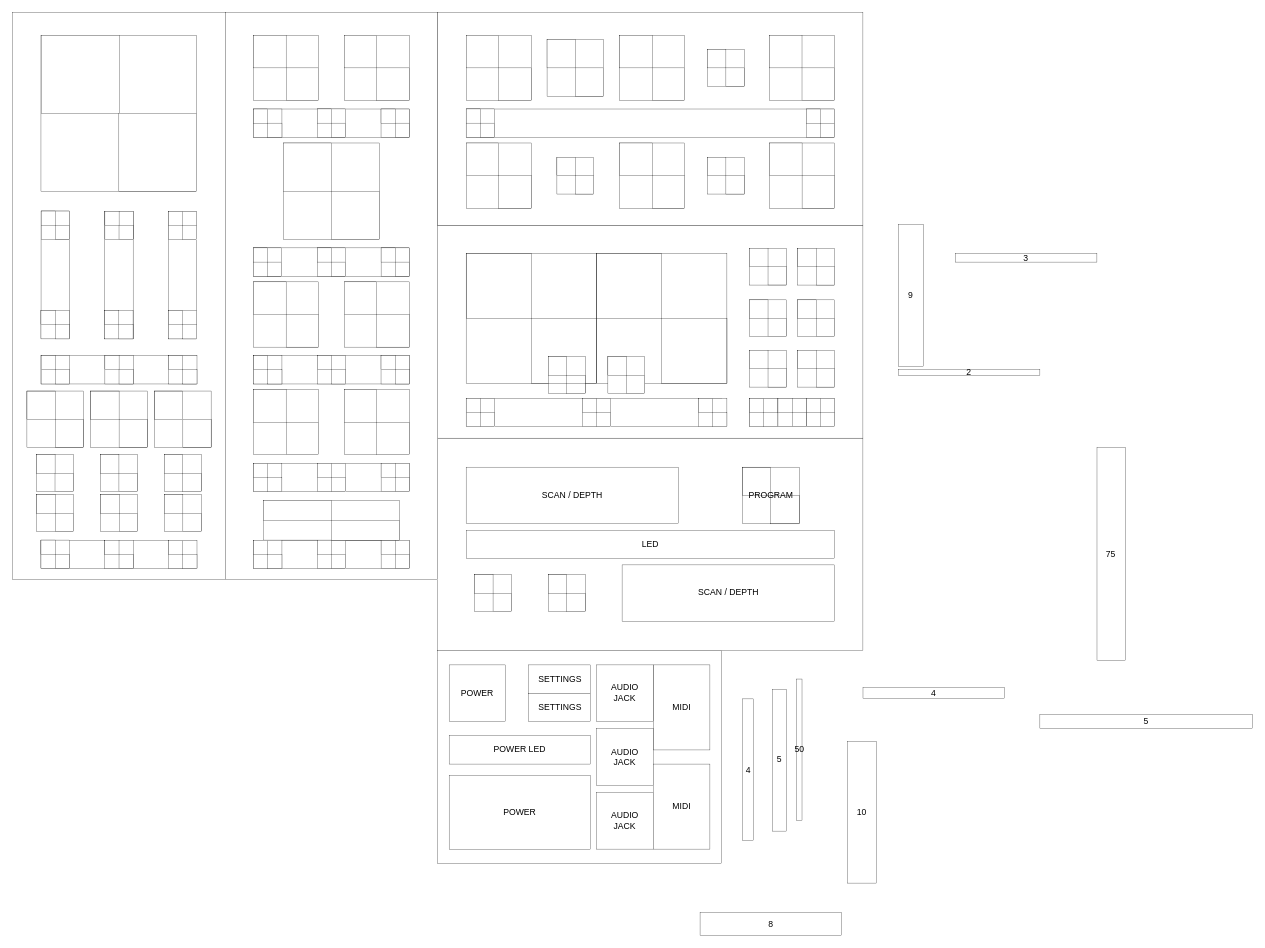
Before: page "Page-3" (3 of 4) of Untitled Diagram.drawio in wtfedor/git_intro, a draw.io diagram. Source tidied: cells renumbered, new cells numbered last; positions are measured from the earlier drawing's top-left corner, leaving out a move shared by most shapes. Both pictures are drawn from the tidied source at 72%, with x=0, y=0 at pixel (12, 12).
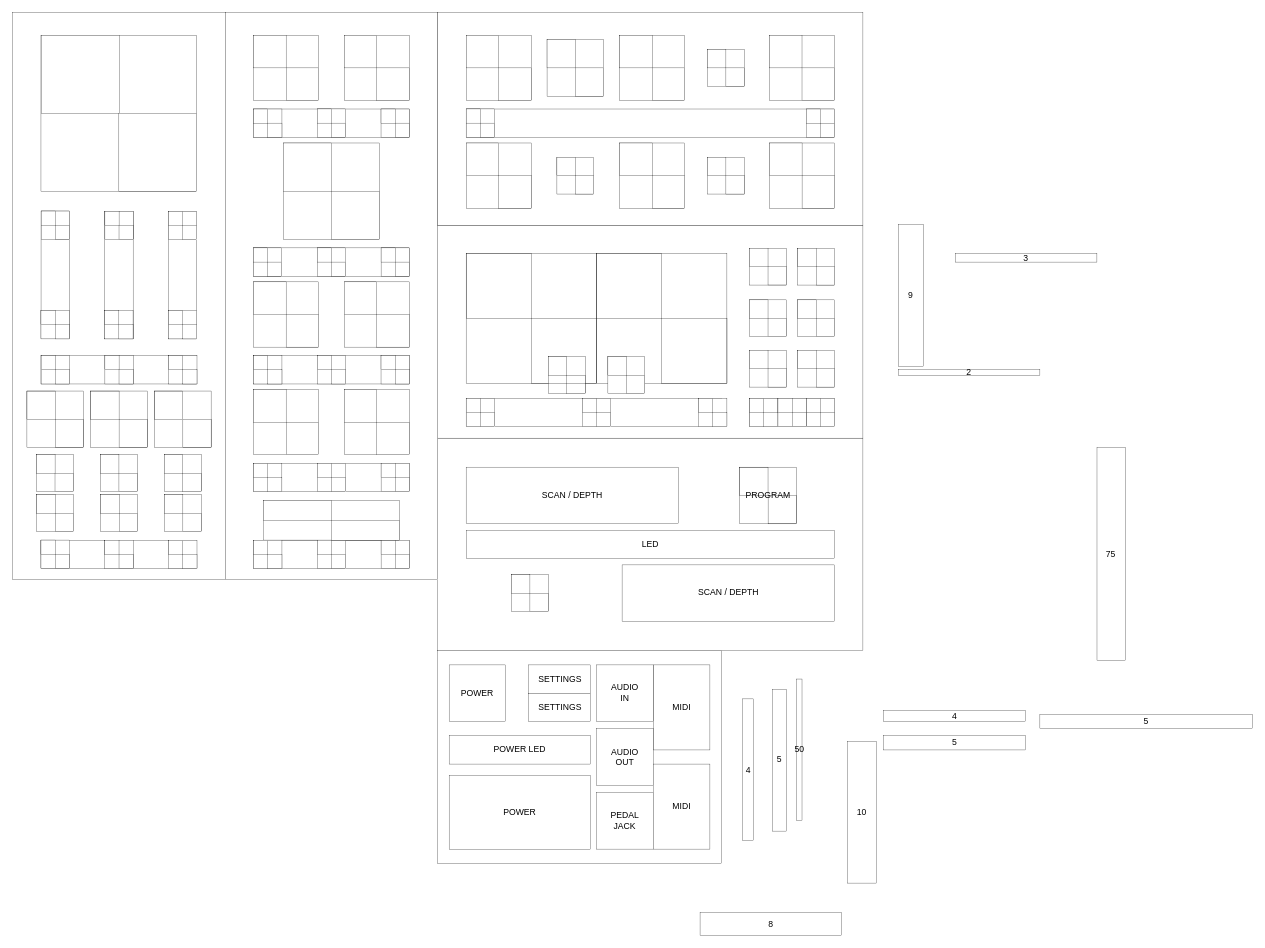
The same page after the edit.

The edit, as a diff of the source:
```diff
@@
     <mxCell id="25" value="&lt;div&gt;4&lt;/div&gt;" style="rounded=0;whiteSpace=wrap;html=1;strokeWidth=0.3937;" parent="1" vertex="1">
-      <mxGeometry x="1181.1" y="937.4" width="196.8" height="15.7" as="geometry" />
+      <mxGeometry x="1210" y="969" width="196.8" height="15.7" as="geometry" />
     </mxCell>
@@
     <mxCell id="136" value="PROGRAM" style="rounded=0;whiteSpace=wrap;html=1;strokeWidth=0.3937;direction=south;" parent="1" vertex="1">
-      <mxGeometry x="1013.8" y="631.3" width="78.7" height="78.7" as="geometry" />
+      <mxGeometry x="1009.8" y="631.3" width="78.7" height="78.7" as="geometry" />
     </mxCell>
     <mxCell id="137" style="rounded=0;whiteSpace=wrap;html=1;strokeWidth=0.3937;fillColor=none;" parent="1" vertex="1">
-      <mxGeometry x="1013.7" y="631.3" width="39.4" height="39.4" as="geometry" />
+      <mxGeometry x="1009.8" y="631.3" width="39.4" height="39.4" as="geometry" />
     </mxCell>
     <mxCell id="138" style="rounded=0;whiteSpace=wrap;html=1;strokeWidth=0.3937;fillColor=none;" parent="1" vertex="1">
-      <mxGeometry x="1053.1" y="670.7" width="39.4" height="39.4" as="geometry" />
+      <mxGeometry x="1049.3" y="670.7" width="39.4" height="39.4" as="geometry" />
     </mxCell>
@@
-    <mxCell id="256" style="rounded=0;whiteSpace=wrap;html=1;strokeWidth=0.3937;" parent="1" vertex="1">
-      <mxGeometry x="641.7" y="780.9" width="51.2" height="51.2" as="geometry" />
-    </mxCell>
     <mxCell id="257" style="rounded=0;whiteSpace=wrap;html=1;strokeWidth=0.3937;" parent="1" vertex="1">
-      <mxGeometry x="744.1" y="780.9" width="51.2" height="51.2" as="geometry" />
+      <mxGeometry x="692.9" y="780.9" width="51.2" height="51.2" as="geometry" />
     </mxCell>
-    <mxCell id="258" style="rounded=0;whiteSpace=wrap;html=1;strokeWidth=0.3937;" parent="1" vertex="1">
-      <mxGeometry x="641.7" y="780.9" width="25.6" height="25.6" as="geometry" />
-    </mxCell>
-    <mxCell id="259" style="rounded=0;whiteSpace=wrap;html=1;strokeWidth=0.3937;" parent="1" vertex="1">
-      <mxGeometry x="667.3" y="806.5" width="25.6" height="25.6" as="geometry" />
-    </mxCell>
     <mxCell id="260" style="rounded=0;whiteSpace=wrap;html=1;strokeWidth=0.3937;" parent="1" vertex="1">
-      <mxGeometry x="744.1" y="780.9" width="25.6" height="25.6" as="geometry" />
+      <mxGeometry x="692.9" y="780.9" width="25.6" height="25.6" as="geometry" />
     </mxCell>
     <mxCell id="261" style="rounded=0;whiteSpace=wrap;html=1;strokeWidth=0.3937;" parent="1" vertex="1">
-      <mxGeometry x="769.7" y="806.5" width="25.6" height="25.6" as="geometry" />
+      <mxGeometry x="718.5" y="806.5" width="25.6" height="25.6" as="geometry" />
     </mxCell>
@@
-    <mxCell id="264" value="AUDIO&lt;br&gt;JACK" style="rounded=0;whiteSpace=wrap;html=1;strokeWidth=0.3937;" parent="1" vertex="1">
+    <mxCell id="264" value="AUDIO&lt;br&gt;OUT" style="rounded=0;whiteSpace=wrap;html=1;strokeWidth=0.3937;" parent="1" vertex="1">
       <mxGeometry x="811" y="994.5" width="78.7" height="78.7" as="geometry" />
     </mxCell>
-    <mxCell id="265" value="AUDIO&lt;br&gt;JACK" style="rounded=0;whiteSpace=wrap;html=1;strokeWidth=0.3937;" parent="1" vertex="1">
+    <mxCell id="265" value="PEDAL&lt;br&gt;JACK" style="rounded=0;whiteSpace=wrap;html=1;strokeWidth=0.3937;" parent="1" vertex="1">
       <mxGeometry x="811" y="1083.1" width="78.7" height="78.7" as="geometry" />
     </mxCell>
@@
-    <mxCell id="268" value="AUDIO&lt;br&gt;JACK" style="rounded=0;whiteSpace=wrap;html=1;strokeWidth=0.3937;" parent="1" vertex="1">
+    <mxCell id="268" value="AUDIO&lt;br&gt;IN" style="rounded=0;whiteSpace=wrap;html=1;strokeWidth=0.3937;" parent="1" vertex="1">
       <mxGeometry x="811" y="906" width="78.7" height="78.7" as="geometry" />
     </mxCell>
@@
+    <mxCell id="273" value="5" style="rounded=0;whiteSpace=wrap;html=1;strokeWidth=0.3937;" parent="1" vertex="1">
+      <mxGeometry x="1210" y="1004.4" width="196.8" height="19.7" as="geometry" />
+    </mxCell>
```
